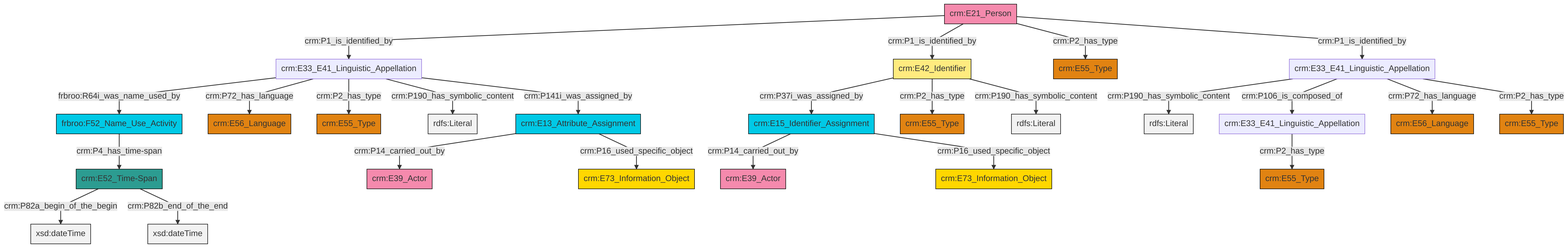
Above: et/personCSV/ttl/mmd/png/Person_Names_and_Classification.png in swiss-art-research-net/reference-data-models (Mermaid), before the change. Its source is kept beside it as et/personCSV/ttl/mmd/Person_Names_and_Classification.ttl.mmd. Source of this version:
```mermaid
graph TD
classDef Literal fill:#f2f2f2,stroke:#000000;
classDef CRM_Entity fill:#FFFFFF,stroke:#000000;
classDef Temporal_Entity fill:#00C9E6, stroke:#000000;
classDef Type fill:#E18312, stroke:#000000;
classDef Time-Span fill:#2C9C91, stroke:#000000;
classDef Appellation fill:#FFEB7F, stroke:#000000;
classDef Place fill:#008836, stroke:#000000;
classDef Persistent_Item fill:#B266B2, stroke:#000000;
classDef Conceptual_Object fill:#FFD700, stroke:#000000;
classDef Physical_Thing fill:#D2B48C, stroke:#000000;
classDef Actor fill:#f58aad, stroke:#000000;
classDef PC_Classes fill:#4ce600, stroke:#000000;
classDef Multi fill:#cccccc,stroke:#000000;

2["crm:E21_Person"]:::Actor -->|crm:P1_is_identified_by| 3["crm:E33_E41_Linguistic_Appellation"]:::Default
2["crm:E21_Person"]:::Actor -->|crm:P1_is_identified_by| 4["crm:E42_Identifier"]:::Appellation
2["crm:E21_Person"]:::Actor -->|crm:P2_has_type| 5["crm:E55_Type"]:::Type
3["crm:E33_E41_Linguistic_Appellation"]:::Default -->|frbroo:R64i_was_name_used_by| 6["frbroo:F52_Name_Use_Activity"]:::Temporal_Entity
7["crm:E33_E41_Linguistic_Appellation"]:::Default -->|crm:P2_has_type| 8["crm:E55_Type"]:::Type
13["crm:E15_Identifier_Assignment"]:::Temporal_Entity -->|crm:P14_carried_out_by| 14["crm:E39_Actor"]:::Actor
15["crm:E33_E41_Linguistic_Appellation"]:::Default -->|crm:P190_has_symbolic_content| 16[rdfs:Literal]:::Literal
20["crm:E13_Attribute_Assignment"]:::Temporal_Entity -->|crm:P14_carried_out_by| 11["crm:E39_Actor"]:::Actor
4["crm:E42_Identifier"]:::Appellation -->|crm:P37i_was_assigned_by| 13["crm:E15_Identifier_Assignment"]:::Temporal_Entity
15["crm:E33_E41_Linguistic_Appellation"]:::Default -->|crm:P106_is_composed_of| 7["crm:E33_E41_Linguistic_Appellation"]:::Default
6["frbroo:F52_Name_Use_Activity"]:::Temporal_Entity -->|crm:P4_has_time-span| 9["crm:E52_Time-Span"]:::Time-Span
4["crm:E42_Identifier"]:::Appellation -->|crm:P2_has_type| 29["crm:E55_Type"]:::Type
13["crm:E15_Identifier_Assignment"]:::Temporal_Entity -->|crm:P16_used_specific_object| 30["crm:E73_Information_Object"]:::Conceptual_Object
3["crm:E33_E41_Linguistic_Appellation"]:::Default -->|crm:P72_has_language| 0["crm:E56_Language"]:::Type
15["crm:E33_E41_Linguistic_Appellation"]:::Default -->|crm:P72_has_language| 21["crm:E56_Language"]:::Type
20["crm:E13_Attribute_Assignment"]:::Temporal_Entity -->|crm:P16_used_specific_object| 34["crm:E73_Information_Object"]:::Conceptual_Object
3["crm:E33_E41_Linguistic_Appellation"]:::Default -->|crm:P2_has_type| 26["crm:E55_Type"]:::Type
9["crm:E52_Time-Span"]:::Time-Span -->|crm:P82a_begin_of_the_begin| 35[xsd:dateTime]:::Literal
9["crm:E52_Time-Span"]:::Time-Span -->|crm:P82b_end_of_the_end| 36[xsd:dateTime]:::Literal
15["crm:E33_E41_Linguistic_Appellation"]:::Default -->|crm:P2_has_type| 17["crm:E55_Type"]:::Type
4["crm:E42_Identifier"]:::Appellation -->|crm:P190_has_symbolic_content| 39[rdfs:Literal]:::Literal
3["crm:E33_E41_Linguistic_Appellation"]:::Default -->|crm:P190_has_symbolic_content| 41[rdfs:Literal]:::Literal
2["crm:E21_Person"]:::Actor -->|crm:P1_is_identified_by| 15["crm:E33_E41_Linguistic_Appellation"]:::Default
3["crm:E33_E41_Linguistic_Appellation"]:::Default -->|crm:P141i_was_assigned_by| 20["crm:E13_Attribute_Assignment"]:::Temporal_Entity
```
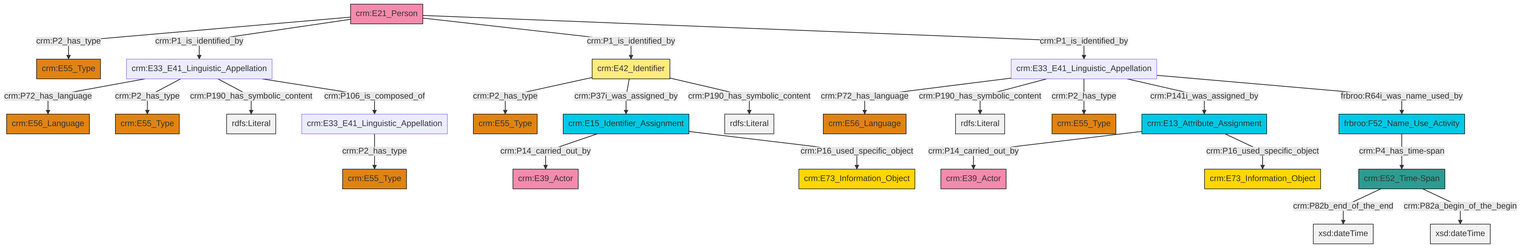
After the change.

What changed in the source:
```diff
@@ -13,27 +13,27 @@
 classDef PC_Classes fill:#4ce600, stroke:#000000;
 classDef Multi fill:#cccccc,stroke:#000000;
 
-2["crm:E21_Person"]:::Actor -->|crm:P1_is_identified_by| 3["crm:E33_E41_Linguistic_Appellation"]:::Default
-2["crm:E21_Person"]:::Actor -->|crm:P1_is_identified_by| 4["crm:E42_Identifier"]:::Appellation
-2["crm:E21_Person"]:::Actor -->|crm:P2_has_type| 5["crm:E55_Type"]:::Type
-3["crm:E33_E41_Linguistic_Appellation"]:::Default -->|frbroo:R64i_was_name_used_by| 6["frbroo:F52_Name_Use_Activity"]:::Temporal_Entity
+2["crm:E42_Identifier"]:::Appellation -->|crm:P2_has_type| 3["crm:E55_Type"]:::Type
+4["crm:E33_E41_Linguistic_Appellation"]:::Default -->|crm:P72_has_language| 6["crm:E56_Language"]:::Type
 7["crm:E33_E41_Linguistic_Appellation"]:::Default -->|crm:P2_has_type| 8["crm:E55_Type"]:::Type
-13["crm:E15_Identifier_Assignment"]:::Temporal_Entity -->|crm:P14_carried_out_by| 14["crm:E39_Actor"]:::Actor
-15["crm:E33_E41_Linguistic_Appellation"]:::Default -->|crm:P190_has_symbolic_content| 16[rdfs:Literal]:::Literal
-20["crm:E13_Attribute_Assignment"]:::Temporal_Entity -->|crm:P14_carried_out_by| 11["crm:E39_Actor"]:::Actor
-4["crm:E42_Identifier"]:::Appellation -->|crm:P37i_was_assigned_by| 13["crm:E15_Identifier_Assignment"]:::Temporal_Entity
-15["crm:E33_E41_Linguistic_Appellation"]:::Default -->|crm:P106_is_composed_of| 7["crm:E33_E41_Linguistic_Appellation"]:::Default
-6["frbroo:F52_Name_Use_Activity"]:::Temporal_Entity -->|crm:P4_has_time-span| 9["crm:E52_Time-Span"]:::Time-Span
-4["crm:E42_Identifier"]:::Appellation -->|crm:P2_has_type| 29["crm:E55_Type"]:::Type
-13["crm:E15_Identifier_Assignment"]:::Temporal_Entity -->|crm:P16_used_specific_object| 30["crm:E73_Information_Object"]:::Conceptual_Object
-3["crm:E33_E41_Linguistic_Appellation"]:::Default -->|crm:P72_has_language| 0["crm:E56_Language"]:::Type
-15["crm:E33_E41_Linguistic_Appellation"]:::Default -->|crm:P72_has_language| 21["crm:E56_Language"]:::Type
-20["crm:E13_Attribute_Assignment"]:::Temporal_Entity -->|crm:P16_used_specific_object| 34["crm:E73_Information_Object"]:::Conceptual_Object
-3["crm:E33_E41_Linguistic_Appellation"]:::Default -->|crm:P2_has_type| 26["crm:E55_Type"]:::Type
-9["crm:E52_Time-Span"]:::Time-Span -->|crm:P82a_begin_of_the_begin| 35[xsd:dateTime]:::Literal
-9["crm:E52_Time-Span"]:::Time-Span -->|crm:P82b_end_of_the_end| 36[xsd:dateTime]:::Literal
-15["crm:E33_E41_Linguistic_Appellation"]:::Default -->|crm:P2_has_type| 17["crm:E55_Type"]:::Type
-4["crm:E42_Identifier"]:::Appellation -->|crm:P190_has_symbolic_content| 39[rdfs:Literal]:::Literal
-3["crm:E33_E41_Linguistic_Appellation"]:::Default -->|crm:P190_has_symbolic_content| 41[rdfs:Literal]:::Literal
-2["crm:E21_Person"]:::Actor -->|crm:P1_is_identified_by| 15["crm:E33_E41_Linguistic_Appellation"]:::Default
-3["crm:E33_E41_Linguistic_Appellation"]:::Default -->|crm:P141i_was_assigned_by| 20["crm:E13_Attribute_Assignment"]:::Temporal_Entity
+4["crm:E33_E41_Linguistic_Appellation"]:::Default -->|crm:P190_has_symbolic_content| 17[rdfs:Literal]:::Literal
+18["crm:E33_E41_Linguistic_Appellation"]:::Default -->|crm:P72_has_language| 19["crm:E56_Language"]:::Type
+21["crm:E52_Time-Span"]:::Time-Span -->|crm:P82b_end_of_the_end| 22[xsd:dateTime]:::Literal
+18["crm:E33_E41_Linguistic_Appellation"]:::Default -->|crm:P2_has_type| 12["crm:E55_Type"]:::Type
+26["crm:E15_Identifier_Assignment"]:::Temporal_Entity -->|crm:P14_carried_out_by| 27["crm:E39_Actor"]:::Actor
+31["crm:E21_Person"]:::Actor -->|crm:P2_has_type| 23["crm:E55_Type"]:::Type
+32["crm:E13_Attribute_Assignment"]:::Temporal_Entity -->|crm:P14_carried_out_by| 0["crm:E39_Actor"]:::Actor
+4["crm:E33_E41_Linguistic_Appellation"]:::Default -->|crm:P2_has_type| 9["crm:E55_Type"]:::Type
+2["crm:E42_Identifier"]:::Appellation -->|crm:P37i_was_assigned_by| 26["crm:E15_Identifier_Assignment"]:::Temporal_Entity
+31["crm:E21_Person"]:::Actor -->|crm:P1_is_identified_by| 18["crm:E33_E41_Linguistic_Appellation"]:::Default
+32["crm:E13_Attribute_Assignment"]:::Temporal_Entity -->|crm:P16_used_specific_object| 36["crm:E73_Information_Object"]:::Conceptual_Object
+2["crm:E42_Identifier"]:::Appellation -->|crm:P190_has_symbolic_content| 37[rdfs:Literal]:::Literal
+15["frbroo:F52_Name_Use_Activity"]:::Temporal_Entity -->|crm:P4_has_time-span| 21["crm:E52_Time-Span"]:::Time-Span
+4["crm:E33_E41_Linguistic_Appellation"]:::Default -->|crm:P141i_was_assigned_by| 32["crm:E13_Attribute_Assignment"]:::Temporal_Entity
+31["crm:E21_Person"]:::Actor -->|crm:P1_is_identified_by| 2["crm:E42_Identifier"]:::Appellation
+26["crm:E15_Identifier_Assignment"]:::Temporal_Entity -->|crm:P16_used_specific_object| 38["crm:E73_Information_Object"]:::Conceptual_Object
+18["crm:E33_E41_Linguistic_Appellation"]:::Default -->|crm:P190_has_symbolic_content| 40[rdfs:Literal]:::Literal
+21["crm:E52_Time-Span"]:::Time-Span -->|crm:P82a_begin_of_the_begin| 41[xsd:dateTime]:::Literal
+18["crm:E33_E41_Linguistic_Appellation"]:::Default -->|crm:P106_is_composed_of| 7["crm:E33_E41_Linguistic_Appellation"]:::Default
+4["crm:E33_E41_Linguistic_Appellation"]:::Default -->|frbroo:R64i_was_name_used_by| 15["frbroo:F52_Name_Use_Activity"]:::Temporal_Entity
+31["crm:E21_Person"]:::Actor -->|crm:P1_is_identified_by| 4["crm:E33_E41_Linguistic_Appellation"]:::Default
```
